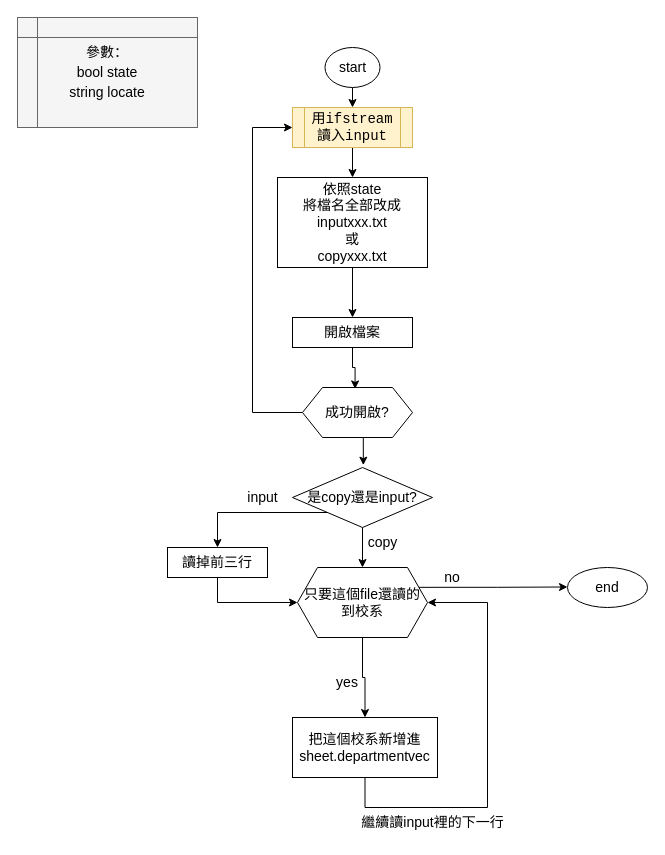
Above: page "sheet建構子一" (4 of 7) of WH2/DS1101ex2_流程圖們.drawio in daniel29348679/Data-Structure (draw.io), before the change. Source tidied: cells renumbered, new cells numbered last; positions are measured from the earlier drawing's top-left corner, leaving out a move shared by most shapes. Both pictures are drawn from the tidied source at 100%, with x=0, y=0 at pixel (17, 17).
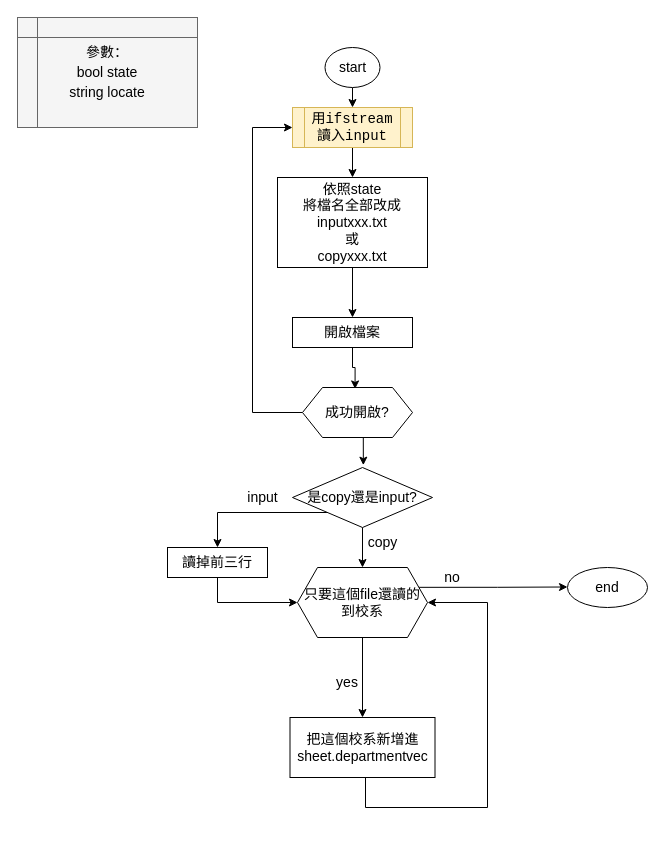
After the change.

Change to the diagram source:
```diff
@@
     <mxCell id="25" value="&lt;font style=&quot;font-size: 14px;&quot;&gt;把這個校系新增進sheet.departmentvec&lt;/font&gt;" style="rounded=0;whiteSpace=wrap;html=1;" parent="1" vertex="1">
-      <mxGeometry x="275" y="700" width="145" height="60" as="geometry" />
+      <mxGeometry x="272.5" y="700" width="145" height="60" as="geometry" />
     </mxCell>
@@
-    <mxCell id="27" value="繼續讀input裡的下一行" style="text;html=1;align=center;verticalAlign=middle;strokeColor=none;fillColor=none;fontSize=14;" parent="1" vertex="1">
-      <mxGeometry x="330" y="790" width="170" height="30" as="geometry" />
-    </mxCell>
```
